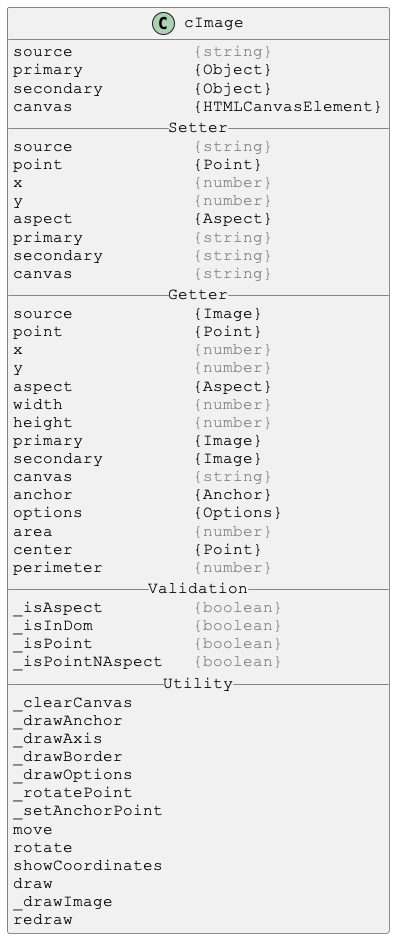
The PlantUML diagram docs/PlantUml/image/cImage.png in Justin-Byrne/canvasLab, before a commit. The source it was exported from:
```plantuml
@startuml

skinparam DefaultFontSize 16
skinparam DefaultFontName Courier New

class cImage {
source            <color:gray>{string}</color>
primary           {Object}
secondary         {Object}
canvas            {HTMLCanvasElement}
__ Setter __
source            <color:gray>{string}</color>
point             {Point}
x                 <color:gray>{number}</color>
y                 <color:gray>{number}</color>
aspect            {Aspect}
primary           <color:gray>{string}</color>
secondary         <color:gray>{string}</color>
canvas            <color:gray>{string}</color>
__ Getter __
source            {Image}
point             {Point}
x                 <color:gray>{number}</color>
y                 <color:gray>{number}</color>
aspect            {Aspect}
width             <color:gray>{number}</color>
height            <color:gray>{number}</color>
primary           {Image}
secondary         {Image}
canvas            <color:gray>{string}</color>
anchor            {Anchor}
options           {Options}
area              <color:gray>{number}</color>
center            {Point}
perimeter         <color:gray>{number}</color>
__ Validation __
_isAspect         <color:gray>{boolean}</color>
_isInDom          <color:gray>{boolean}</color>
_isPoint          <color:gray>{boolean}</color>
_isPointNAspect   <color:gray>{boolean}</color>
__ Utility __
_clearCanvas
_drawAnchor
_drawAxis
_drawBorder
_drawOptions
_rotatePoint
_setAnchorPoint
move
rotate
showCoordinates
draw
_drawImage
redraw
}

@enduml
```
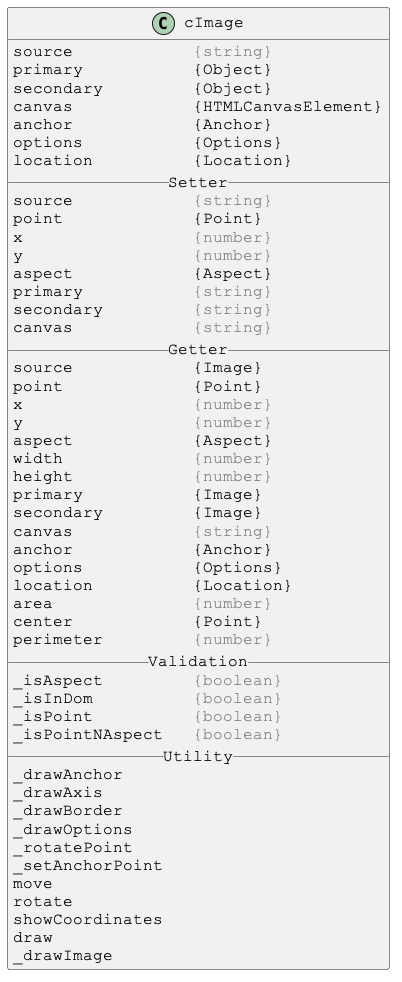
Later version of the same file.

The edit, as a diff of the source:
```diff
@@ -8,6 +8,9 @@
 primary           {Object}
 secondary         {Object}
 canvas            {HTMLCanvasElement}
+anchor            {Anchor}
+options           {Options}
+location          {Location}
 __ Setter __
 source            <color:gray>{string}</color>
 point             {Point}
@@ -30,6 +33,7 @@
 canvas            <color:gray>{string}</color>
 anchor            {Anchor}
 options           {Options}
+location          {Location}
 area              <color:gray>{number}</color>
 center            {Point}
 perimeter         <color:gray>{number}</color>
@@ -39,7 +43,6 @@
 _isPoint          <color:gray>{boolean}</color>
 _isPointNAspect   <color:gray>{boolean}</color>
 __ Utility __
-_clearCanvas
 _drawAnchor
 _drawAxis
 _drawBorder
@@ -51,7 +54,6 @@
 showCoordinates
 draw
 _drawImage
-redraw
 }
 
 @enduml
```
